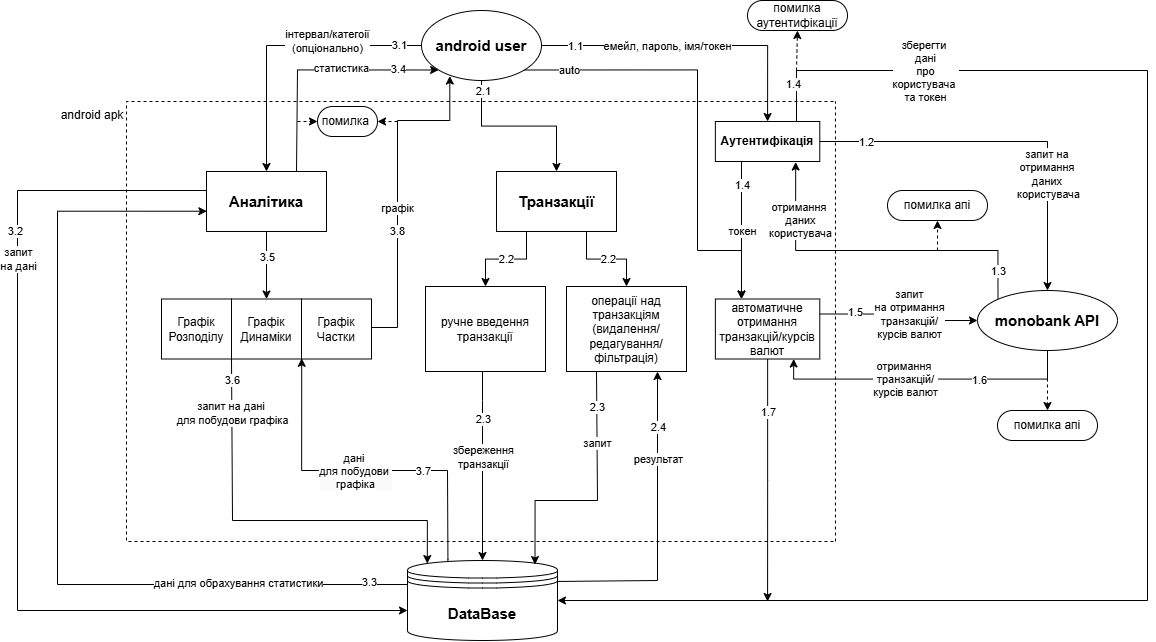
This is diagrams/DFD/DataFlowDiag1.drawio.png from deyme17/ExpensesTracker, a draw.io export, as it was before one commit. Source tidied: cells renumbered, new cells last; positions are measured from the earlier drawing's top-left corner, leaving out a move shared by most shapes.
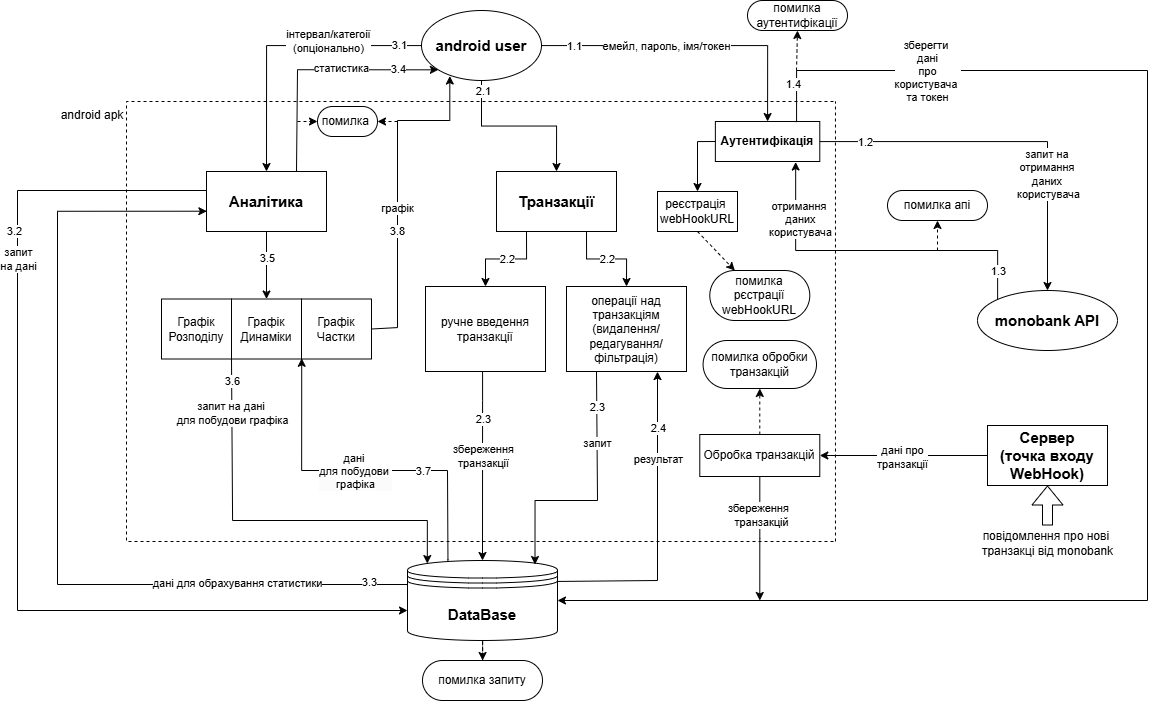
Above is the later version.

Change to the diagram source:
```diff
@@ -13,18 +13,6 @@
     <mxCell id="4" value="1.1" style="edgeLabel;html=1;align=center;verticalAlign=middle;" parent="2" vertex="1">
       <mxGeometry x="-0.78" relative="1" as="geometry" />
     </mxCell>
-    <mxCell id="5" style="edgeStyle=orthogonalEdgeStyle;rounded=0;jettySize=auto;html=1;exitX=1;exitY=1;exitDx=0;exitDy=0;entryX=0.25;entryY=0;entryDx=0;entryDy=0;" parent="1" edge="1" source="12" target="37">
-      <mxGeometry relative="1" as="geometry">
-        <Array as="points">
-          <mxPoint x="680" y="70" />
-          <mxPoint x="680" y="250" />
-          <mxPoint x="724" y="250" />
-        </Array>
-      </mxGeometry>
-    </mxCell>
-    <mxCell id="6" value="auto" style="edgeLabel;html=1;align=center;verticalAlign=middle;" parent="5" vertex="1">
-      <mxGeometry x="-0.8" relative="1" as="geometry" />
-    </mxCell>
     <mxCell id="7" style="edgeStyle=orthogonalEdgeStyle;rounded=0;jettySize=auto;html=1;entryX=0.5;entryY=0;entryDx=0;entryDy=0;exitX=0.5;exitY=1;exitDx=0;exitDy=0;" parent="1" edge="1" source="12" target="42">
       <mxGeometry relative="1" as="geometry" />
     </mxCell>
@@ -65,15 +53,6 @@
         <mxPoint x="5" y="8" as="offset" />
       </mxGeometry>
     </mxCell>
-    <mxCell id="16" style="edgeStyle=orthogonalEdgeStyle;rounded=0;jettySize=auto;html=1;exitX=0.5;exitY=1;exitDx=0;exitDy=0;entryX=0.75;entryY=1;entryDx=0;entryDy=0;" parent="1" edge="1" source="19" target="37">
-      <mxGeometry relative="1" as="geometry" />
-    </mxCell>
-    <mxCell id="17" value="отримання&amp;nbsp;&lt;div&gt;транзакцій/&lt;/div&gt;&lt;div&gt;курсів валют&lt;/div&gt;" style="edgeLabel;html=1;align=center;verticalAlign=middle;" parent="16" vertex="1">
-      <mxGeometry x="0.13" relative="1" as="geometry" />
-    </mxCell>
-    <mxCell id="18" value="1.6" style="edgeLabel;html=1;align=center;verticalAlign=middle;" parent="16" vertex="1">
-      <mxGeometry x="-0.36" y="1" relative="1" as="geometry" />
-    </mxCell>
     <mxCell id="19" value="&lt;font style=&quot;font-size: 15px;&quot;&gt;&lt;b&gt;monobank API&lt;/b&gt;&lt;/font&gt;" style="ellipse;whiteSpace=wrap;html=1;" parent="1" vertex="1">
       <mxGeometry x="960" y="290" width="140" height="60" as="geometry" />
     </mxCell>
@@ -103,6 +82,9 @@
     <mxCell id="24" value="&lt;span style=&quot;background-color: light-dark(#ffffff, var(--ge-dark-color, #121212));&quot;&gt;дані&amp;nbsp;&lt;/span&gt;&lt;div style=&quot;color: rgb(0, 0, 0); background-color: rgb(251, 251, 251);&quot;&gt;&lt;span style=&quot;background-color: light-dark(#ffffff, var(--ge-dark-color, #121212));&quot;&gt;для побудови&amp;nbsp;&lt;/span&gt;&lt;/div&gt;&lt;div style=&quot;color: rgb(0, 0, 0); background-color: rgb(251, 251, 251);&quot;&gt;&lt;span style=&quot;background-color: light-dark(#ffffff, var(--ge-dark-color, #121212));&quot;&gt;графіка&lt;/span&gt;&lt;/div&gt;" style="edgeLabel;html=1;align=center;verticalAlign=middle;" parent="23" vertex="1">
       <mxGeometry x="0.06" relative="1" as="geometry" />
     </mxCell>
+    <mxCell id="92" style="edgeStyle=orthogonalEdgeStyle;rounded=0;jettySize=auto;html=1;dashed=1;" parent="1" edge="1" source="25" target="107">
+      <mxGeometry relative="1" as="geometry" />
+    </mxCell>
     <mxCell id="25" value="&lt;b&gt;&lt;font style=&quot;font-size: 15px;&quot;&gt;DataBase&lt;/font&gt;&lt;/b&gt;" style="shape=datastore;whiteSpace=wrap;html=1;" parent="1" vertex="1">
       <mxGeometry x="390" y="560" width="150" height="80" as="geometry" />
     </mxCell>
@@ -139,33 +121,16 @@
         <mxPoint x="710" as="targetPoint" />
       </mxGeometry>
     </mxCell>
-    <mxCell id="31" style="edgeStyle=orthogonalEdgeStyle;rounded=0;jettySize=auto;html=1;exitX=0.25;exitY=1;exitDx=0;exitDy=0;entryX=0.25;entryY=0;entryDx=0;entryDy=0;" parent="26" edge="1" source="34" target="37">
-      <mxGeometry relative="1" as="geometry" />
-    </mxCell>
-    <mxCell id="32" value="токен" style="edgeLabel;html=1;align=center;verticalAlign=middle;" parent="31" vertex="1">
-      <mxGeometry x="0.02" relative="1" as="geometry">
-        <mxPoint y="-1" as="offset" />
-      </mxGeometry>
-    </mxCell>
-    <mxCell id="33" value="1.4" style="edgeLabel;html=1;align=center;verticalAlign=middle;" parent="31" vertex="1">
-      <mxGeometry x="-0.64" relative="1" as="geometry">
-        <mxPoint y="-1" as="offset" />
-      </mxGeometry>
-    </mxCell>
+    <mxCell id="93" style="edgeStyle=orthogonalEdgeStyle;rounded=0;jettySize=auto;html=1;entryX=0.5;entryY=0;entryDx=0;entryDy=0;exitX=0;exitY=0.5;exitDx=0;exitDy=0;" parent="26" edge="1" source="34" target="94">
+      <mxGeometry relative="1" as="geometry">
+        <Array as="points">
+          <mxPoint x="571" y="40" />
+        </Array>
+      </mxGeometry>
+    </mxCell>
     <mxCell id="34" value="&lt;b&gt;Аутентифікація&lt;/b&gt;" style="rounded=0;whiteSpace=wrap;html=1;" parent="26" vertex="1">
       <mxGeometry x="588.9" y="20" width="104.4" height="40" as="geometry" />
     </mxCell>
-    <mxCell id="35" style="edgeStyle=orthogonalEdgeStyle;rounded=0;jettySize=auto;html=1;" parent="26" edge="1" source="37">
-      <mxGeometry relative="1" as="geometry">
-        <mxPoint x="641.1" y="500" as="targetPoint" />
-      </mxGeometry>
-    </mxCell>
-    <mxCell id="36" value="1.7" style="edgeLabel;html=1;align=center;verticalAlign=middle;" parent="35" vertex="1">
-      <mxGeometry x="-0.57" relative="1" as="geometry" />
-    </mxCell>
-    <mxCell id="37" value="автоматичне отримання транзакцій/курсів валют" style="rounded=0;whiteSpace=wrap;html=1;" parent="26" vertex="1">
-      <mxGeometry x="588.9" y="197.5" width="104.4" height="60" as="geometry" />
-    </mxCell>
     <mxCell id="38" style="edgeStyle=orthogonalEdgeStyle;rounded=0;jettySize=auto;html=1;exitX=0.75;exitY=1;exitDx=0;exitDy=0;entryX=0.5;entryY=0;entryDx=0;entryDy=0;" parent="26" edge="1" source="42" target="47">
       <mxGeometry relative="1" as="geometry" />
     </mxCell>
@@ -218,6 +183,32 @@
         <mxPoint x="171" y="20" as="sourcePoint" />
       </mxGeometry>
     </mxCell>
+    <mxCell id="94" value="реєстрація&amp;nbsp;&lt;div&gt;webHookURL&lt;/div&gt;" style="rounded=0;whiteSpace=wrap;html=1;" parent="26" vertex="1">
+      <mxGeometry x="531" y="90" width="80" height="40" as="geometry" />
+    </mxCell>
+    <mxCell id="95" value="помилка рєстрації webHookURL" style="rounded=1;whiteSpace=wrap;html=1;arcSize=50;" parent="26" vertex="1">
+      <mxGeometry x="583.3" y="169" width="100" height="50" as="geometry" />
+    </mxCell>
+    <mxCell id="96" style="endArrow=classic;html=1;rounded=0;dashed=1;exitX=0.5;exitY=1;exitDx=0;exitDy=0;entryX=0.25;entryY=0;entryDx=0;entryDy=0;" parent="26" edge="1" source="94" target="95">
+      <mxGeometry relative="1" as="geometry" />
+    </mxCell>
+    <mxCell id="97" style="edgeStyle=orthogonalEdgeStyle;rounded=0;jettySize=auto;html=1;" parent="26" edge="1" source="100">
+      <mxGeometry relative="1" as="geometry">
+        <mxPoint x="633.3" y="499" as="targetPoint" />
+      </mxGeometry>
+    </mxCell>
+    <mxCell id="98" value="збереження&amp;nbsp;&amp;nbsp;&lt;div&gt;транзакцій&lt;/div&gt;" style="edgeLabel;html=1;align=center;verticalAlign=middle;" parent="97" vertex="1">
+      <mxGeometry x="-0.39" y="1" relative="1" as="geometry" />
+    </mxCell>
+    <mxCell id="99" style="edgeStyle=orthogonalEdgeStyle;rounded=0;jettySize=auto;html=1;entryX=0.5;entryY=1;entryDx=0;entryDy=0;dashed=1;" parent="26" edge="1" source="100" target="101">
+      <mxGeometry relative="1" as="geometry" />
+    </mxCell>
+    <mxCell id="100" value="Обробка транзакцій" style="rounded=0;whiteSpace=wrap;html=1;" parent="26" vertex="1">
+      <mxGeometry x="573.3" y="333" width="120" height="42" as="geometry" />
+    </mxCell>
+    <mxCell id="101" value="помилка обробки&lt;div&gt;транзакцій&lt;/div&gt;" style="rounded=1;whiteSpace=wrap;html=1;arcSize=50;" parent="26" vertex="1">
+      <mxGeometry x="576.6" y="239" width="113.4" height="48" as="geometry" />
+    </mxCell>
     <mxCell id="54" style="edgeStyle=orthogonalEdgeStyle;rounded=0;jettySize=auto;html=1;entryX=0.5;entryY=0;entryDx=0;entryDy=0;" parent="1" edge="1" source="34" target="19">
       <mxGeometry relative="1" as="geometry" />
     </mxCell>
@@ -248,19 +239,6 @@
         <mxPoint x="-7" y="13" as="offset" />
       </mxGeometry>
     </mxCell>
-    <mxCell id="60" style="edgeStyle=orthogonalEdgeStyle;rounded=0;jettySize=auto;html=1;exitX=1;exitY=0.25;exitDx=0;exitDy=0;entryX=0;entryY=0.5;entryDx=0;entryDy=0;" parent="1" edge="1" source="37" target="19">
-      <mxGeometry relative="1" as="geometry" />
-    </mxCell>
-    <mxCell id="61" value="запит&lt;div&gt;на отримання&lt;/div&gt;&lt;div&gt;транзакцій/&lt;/div&gt;&lt;div&gt;курсів валют&lt;/div&gt;" style="edgeLabel;html=1;align=center;verticalAlign=middle;" parent="60" vertex="1">
-      <mxGeometry x="-0.18" y="1" relative="1" as="geometry">
-        <mxPoint x="22" y="1" as="offset" />
-      </mxGeometry>
-    </mxCell>
-    <mxCell id="62" value="1.5" style="edgeLabel;html=1;align=center;verticalAlign=middle;" parent="60" vertex="1">
-      <mxGeometry x="-0.59" y="2" relative="1" as="geometry">
-        <mxPoint x="1" as="offset" />
-      </mxGeometry>
-    </mxCell>
     <mxCell id="63" value="android apk" style="text;html=1;align=center;verticalAlign=middle;whiteSpace=wrap;rounded=0;" parent="1" vertex="1">
       <mxGeometry x="40" y="100" width="70" height="30" as="geometry" />
     </mxCell>
@@ -397,13 +375,27 @@
     <mxCell id="89" value="помилка апі" style="rounded=1;whiteSpace=wrap;html=1;arcSize=50;" parent="1" vertex="1">
       <mxGeometry x="870" y="190" width="100" height="30" as="geometry" />
     </mxCell>
-    <mxCell id="90" style="endArrow=classic;html=1;rounded=0;dashed=1;entryX=0.5;entryY=0;entryDx=0;entryDy=0;" parent="1" edge="1" target="91">
-      <mxGeometry relative="1" as="geometry">
-        <mxPoint x="1030" y="360" as="sourcePoint" />
-      </mxGeometry>
-    </mxCell>
-    <mxCell id="91" value="помилка апі" style="rounded=1;whiteSpace=wrap;html=1;arcSize=50;" parent="1" vertex="1">
-      <mxGeometry x="980" y="410" width="100" height="30" as="geometry" />
-    </mxCell>
+    <mxCell id="102" style="edgeStyle=orthogonalEdgeStyle;rounded=0;jettySize=auto;html=1;" parent="1" edge="1" source="104" target="100">
+      <mxGeometry relative="1" as="geometry" />
+    </mxCell>
+    <mxCell id="103" value="дані про&lt;div&gt;транзакції&lt;/div&gt;" style="edgeLabel;html=1;align=center;verticalAlign=middle;" parent="102" vertex="1">
+      <mxGeometry x="0.07" y="1" relative="1" as="geometry">
+        <mxPoint x="3" as="offset" />
+      </mxGeometry>
+    </mxCell>
+    <mxCell id="104" value="&lt;font style=&quot;font-size: 15px;&quot;&gt;&lt;b&gt;Сервер&lt;/b&gt;&lt;/font&gt;&lt;div&gt;&lt;span style=&quot;font-size: 15px;&quot;&gt;&lt;b&gt;(точка входу WebHook)&lt;/b&gt;&lt;/span&gt;&lt;/div&gt;" style="rounded=0;whiteSpace=wrap;html=1;" parent="1" vertex="1">
+      <mxGeometry x="970" y="425" width="120" height="60" as="geometry" />
+    </mxCell>
+    <mxCell id="105" style="shape=flexArrow;endArrow=classic;html=1;rounded=0;entryX=0.5;entryY=1;entryDx=0;entryDy=0;" parent="1" edge="1" target="104">
+      <mxGeometry relative="1" as="geometry">
+        <mxPoint x="1030" y="525" as="sourcePoint" />
+      </mxGeometry>
+    </mxCell>
+    <mxCell id="106" value="повідомлення про нові&amp;nbsp;&lt;div&gt;транзакці&amp;nbsp;&lt;span style=&quot;background-color: transparent; color: light-dark(rgb(0, 0, 0), rgb(255, 255, 255));&quot;&gt;від monobank&lt;/span&gt;&lt;/div&gt;" style="text;html=1;align=center;verticalAlign=middle;strokeColor=none;fillColor=none;" parent="1" vertex="1">
+      <mxGeometry x="955" y="522.5" width="150" height="40" as="geometry" />
+    </mxCell>
+    <mxCell id="107" value="помилка запиту" style="rounded=1;whiteSpace=wrap;html=1;arcSize=50;" parent="1" vertex="1">
+      <mxGeometry x="405" y="660" width="120" height="40" as="geometry" />
+    </mxCell>
   </root>
 </mxGraphModel>
```
